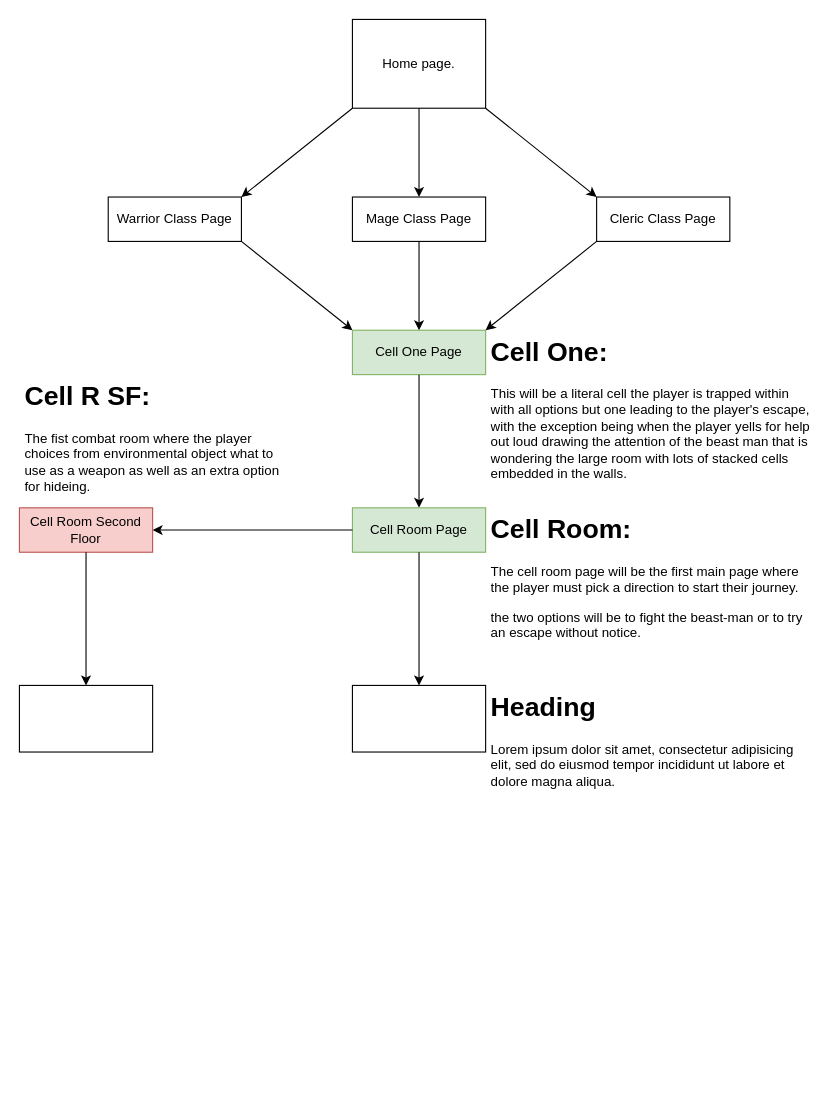
andypandy31/Webtech-Assessment1 keeps this draw.io diagram as TEST.drawio. Above is the earlier version. Source tidied: cells renumbered, new cells numbered last; positions are measured from the earlier drawing's top-left corner, leaving out a move shared by most shapes. Both pictures are drawn from the tidied source at 111%, with x=0, y=0 at pixel (19, 19).
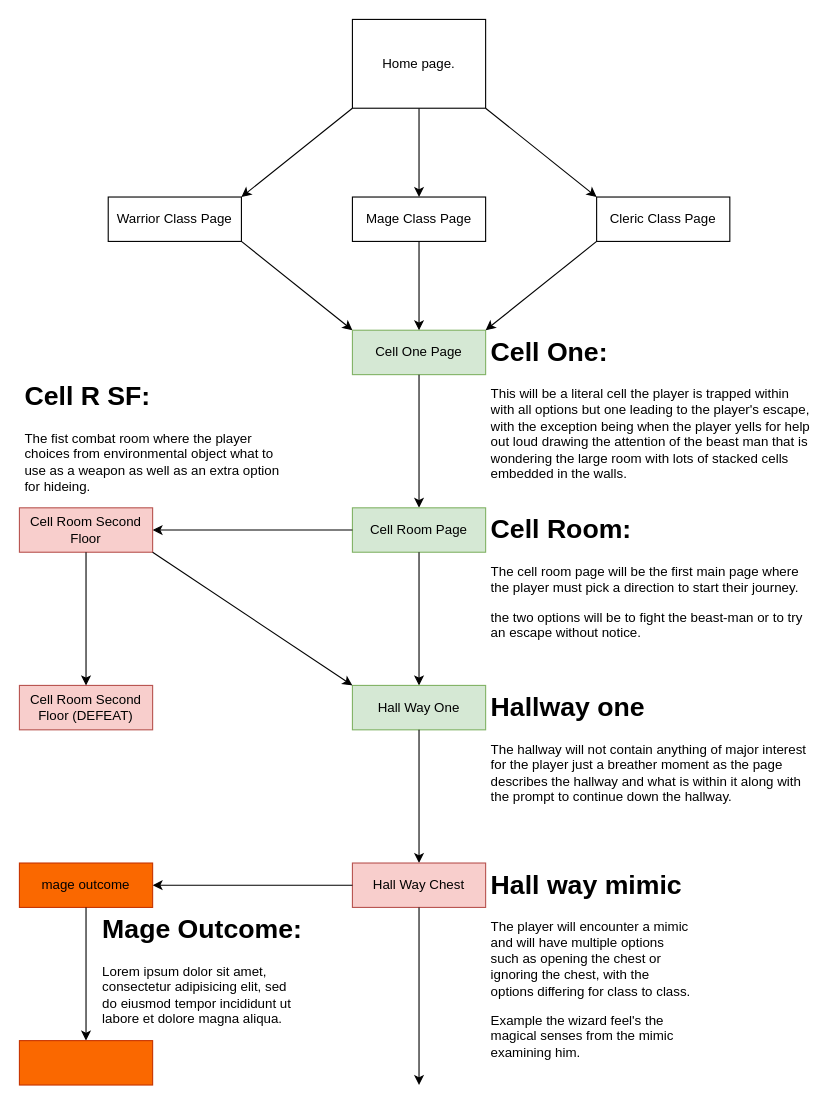
Above is the later version.

The change refers to these unchanged cells:
```xml
<mxCell id="21" value="Cell Room Second Floor" style="rounded=0;whiteSpace=wrap;html=1;fillColor=#f8cecc;strokeColor=#b85450;" parent="1" vertex="1">
  <mxGeometry y="440" width="120" height="40" as="geometry" />
</mxCell>
```

The edit, as a diff of the source:
```diff
@@
     <mxCell id="16" value="&lt;h1&gt;Cell Room:&lt;/h1&gt;&lt;p&gt;The cell room page will be the first main page where the player must pick a direction to start their journey.&lt;/p&gt;&lt;p&gt;the two options will be to fight the beast-man or to try an escape without notice.&lt;/p&gt;" style="text;html=1;spacing=5;spacingTop=-20;whiteSpace=wrap;overflow=hidden;rounded=0;" parent="1" vertex="1">
-      <mxGeometry x="420" y="440" width="300" height="140" as="geometry" />
+      <mxGeometry x="420" y="440" width="300" height="120" as="geometry" />
     </mxCell>
@@
-    <mxCell id="18" style="rounded=0;whiteSpace=wrap;html=1;" parent="1" vertex="1">
-      <mxGeometry x="300" y="600" width="120" height="60" as="geometry" />
+    <mxCell id="18" value="Hall Way One" style="rounded=0;whiteSpace=wrap;html=1;fillColor=#d5e8d4;strokeColor=#82b366;" parent="1" vertex="1">
+      <mxGeometry x="300" y="600" width="120" height="40" as="geometry" />
     </mxCell>
-    <mxCell id="19" value="&lt;h1&gt;Heading&lt;/h1&gt;&lt;p&gt;Lorem ipsum dolor sit amet, consectetur adipisicing elit, sed do eiusmod tempor incididunt ut labore et dolore magna aliqua.&lt;/p&gt;" style="text;html=1;spacing=5;spacingTop=-20;whiteSpace=wrap;overflow=hidden;rounded=0;" parent="1" vertex="1">
-      <mxGeometry x="420" y="600" width="300" height="140" as="geometry" />
+    <mxCell id="19" value="&lt;h1&gt;Hallway one&lt;/h1&gt;&lt;p&gt;The hallway will not contain anything of major interest for the player just a breather moment as the page describes the hallway and what is within it along with the prompt to continue down the hallway.&lt;/p&gt;" style="text;html=1;spacing=5;spacingTop=-20;whiteSpace=wrap;overflow=hidden;rounded=0;" parent="1" vertex="1">
+      <mxGeometry x="420" y="600" width="300" height="120" as="geometry" />
     </mxCell>
@@
-    <mxCell id="22" style="rounded=0;whiteSpace=wrap;html=1;" parent="1" vertex="1">
-      <mxGeometry y="600" width="120" height="60" as="geometry" />
+    <mxCell id="22" value="Cell Room Second Floor (DEFEAT)" style="rounded=0;whiteSpace=wrap;html=1;fillColor=#f8cecc;strokeColor=#b85450;" parent="1" vertex="1">
+      <mxGeometry y="600" width="120" height="40" as="geometry" />
     </mxCell>
@@
+    <mxCell id="25" style="endArrow=classic;html=1;rounded=0;entryX=0;entryY=0;entryDx=0;entryDy=0;exitX=1;exitY=1;exitDx=0;exitDy=0;" parent="1" edge="1" source="21" target="18">
+      <mxGeometry relative="1" as="geometry" />
+    </mxCell>
+    <mxCell id="26" style="endArrow=classic;html=1;rounded=0;exitX=0.5;exitY=1;exitDx=0;exitDy=0;" parent="1" edge="1" source="18">
+      <mxGeometry relative="1" as="geometry">
+        <mxPoint x="360" y="760" as="targetPoint" />
+      </mxGeometry>
+    </mxCell>
+    <mxCell id="27" value="Hall Way Chest" style="rounded=0;whiteSpace=wrap;html=1;fillColor=#f8cecc;strokeColor=#b85450;" parent="1" vertex="1">
+      <mxGeometry x="300" y="760" width="120" height="40" as="geometry" />
+    </mxCell>
+    <mxCell id="28" value="&lt;h1&gt;Hall way mimic&lt;/h1&gt;&lt;p&gt;The player will encounter a mimic and will have multiple options such as opening the chest or ignoring the chest, with the options differing for class to class.&lt;/p&gt;&lt;p&gt;Example the wizard feel's the magical senses from the mimic examining him.&lt;/p&gt;" style="text;html=1;spacing=5;spacingTop=-20;whiteSpace=wrap;overflow=hidden;rounded=0;" parent="1" vertex="1">
+      <mxGeometry x="420" y="760" width="190" height="180" as="geometry" />
+    </mxCell>
+    <mxCell id="29" style="endArrow=classic;html=1;rounded=0;entryX=1;entryY=0.5;entryDx=0;entryDy=0;exitX=0;exitY=0.5;exitDx=0;exitDy=0;" parent="1" edge="1" source="27" target="30">
+      <mxGeometry relative="1" as="geometry" />
+    </mxCell>
+    <mxCell id="30" value="mage outcome" style="rounded=0;whiteSpace=wrap;html=1;fillColor=#fa6800;strokeColor=#C73500;fontColor=#000000;" parent="1" vertex="1">
+      <mxGeometry y="760" width="120" height="40" as="geometry" />
+    </mxCell>
+    <mxCell id="31" style="endArrow=classic;html=1;rounded=0;exitX=0.5;exitY=1;exitDx=0;exitDy=0;" parent="1" edge="1" source="27">
+      <mxGeometry relative="1" as="geometry">
+        <mxPoint x="360" y="960" as="targetPoint" />
+      </mxGeometry>
+    </mxCell>
+    <mxCell id="32" style="endArrow=classic;html=1;rounded=0;exitX=0.5;exitY=1;exitDx=0;exitDy=0;entryX=0.5;entryY=0;entryDx=0;entryDy=0;" parent="1" edge="1" source="30" target="33">
+      <mxGeometry relative="1" as="geometry" />
+    </mxCell>
+    <mxCell id="33" style="rounded=0;whiteSpace=wrap;html=1;fillColor=#fa6800;fontColor=#000000;strokeColor=#C73500;" parent="1" vertex="1">
+      <mxGeometry y="920" width="120" height="40" as="geometry" />
+    </mxCell>
+    <mxCell id="34" value="&lt;h1&gt;Mage Outcome:&lt;/h1&gt;&lt;p&gt;Lorem ipsum dolor sit amet, consectetur adipisicing elit, sed do eiusmod tempor incididunt ut labore et dolore magna aliqua.&lt;/p&gt;" style="text;html=1;spacing=5;spacingTop=-20;whiteSpace=wrap;overflow=hidden;rounded=0;" parent="1" vertex="1">
+      <mxGeometry x="70" y="800" width="190" height="120" as="geometry" />
+    </mxCell>
```
